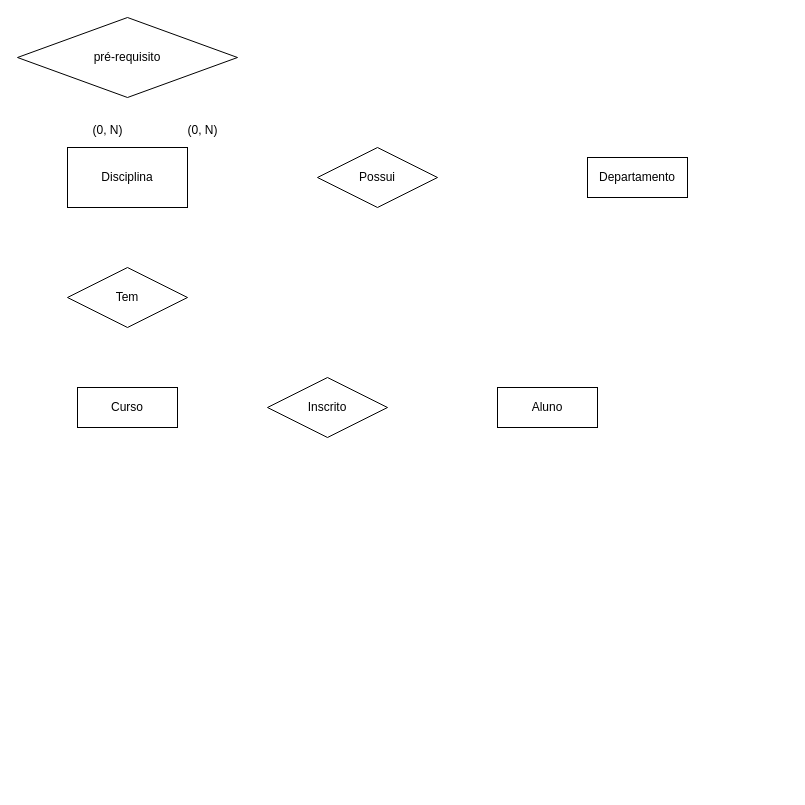
mblithium/draw.io-diagrams keeps this draw.io diagram as prova1-EstruturaModelagemDados.drawio. Above is the earlier version. Source tidied: cells renumbered, new cells numbered last; positions are measured from the earlier drawing's top-left corner, leaving out a move shared by most shapes. Both pictures are drawn from the tidied source at 100%, with x=0, y=0 at pixel (17, 17).
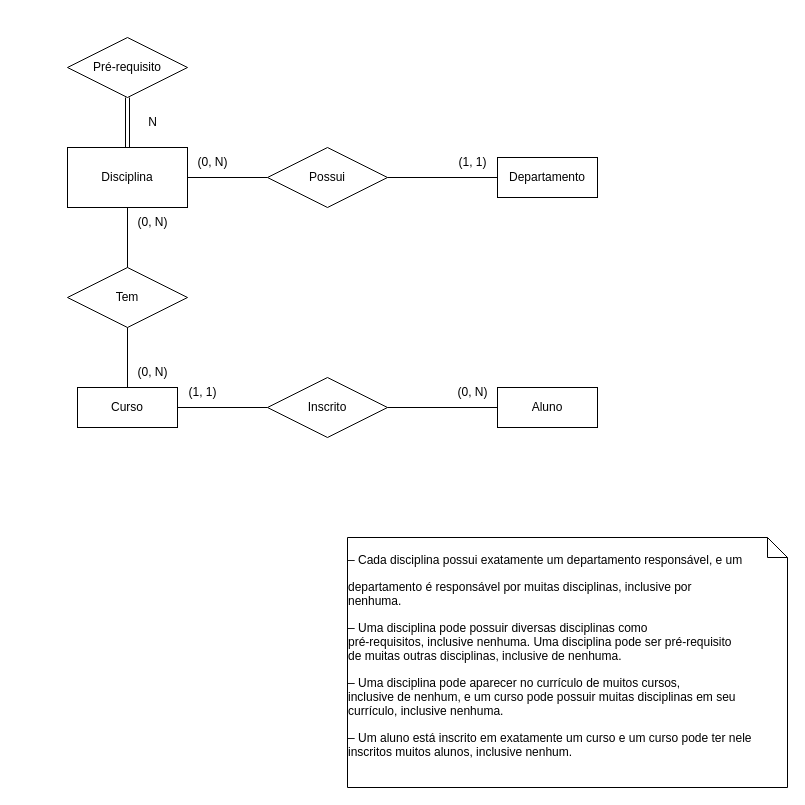
The same page after the edit.

Unchanged cells that the change refers to:
```xml
<mxCell id="3" value="Disciplina" style="rounded=0;whiteSpace=wrap;html=1;" parent="1" vertex="1">
  <mxGeometry x="50" y="130" width="120" height="60" as="geometry" />
</mxCell>
<mxCell id="4" value="Tem" style="shape=rhombus;perimeter=rhombusPerimeter;whiteSpace=wrap;html=1;align=center;" parent="1" vertex="1">
  <mxGeometry x="50" y="250" width="120" height="60" as="geometry" />
</mxCell>
<mxCell id="5" value="Curso" style="whiteSpace=wrap;html=1;align=center;" parent="1" vertex="1">
  <mxGeometry x="60" y="370" width="100" height="40" as="geometry" />
</mxCell>
<mxCell id="6" value="Inscrito" style="shape=rhombus;perimeter=rhombusPerimeter;whiteSpace=wrap;html=1;align=center;" parent="1" vertex="1">
  <mxGeometry x="250" y="360" width="120" height="60" as="geometry" />
</mxCell>
<mxCell id="7" value="Aluno" style="whiteSpace=wrap;html=1;align=center;" parent="1" vertex="1">
  <mxGeometry x="480" y="370" width="100" height="40" as="geometry" />
</mxCell>
```

The edit, as a diff of the source:
```diff
@@
-    <mxCell id="2" value="pré-requisito" style="rhombus;whiteSpace=wrap;html=1;" parent="1" vertex="1">
-      <mxGeometry width="220" height="80" as="geometry" />
-    </mxCell>
@@
     <mxCell id="8" value="Possui" style="shape=rhombus;perimeter=rhombusPerimeter;whiteSpace=wrap;html=1;align=center;" parent="1" vertex="1">
-      <mxGeometry x="300" y="130" width="120" height="60" as="geometry" />
+      <mxGeometry x="250" y="130" width="120" height="60" as="geometry" />
     </mxCell>
     <mxCell id="9" value="Departamento" style="whiteSpace=wrap;html=1;align=center;" parent="1" vertex="1">
-      <mxGeometry x="570" y="140" width="100" height="40" as="geometry" />
+      <mxGeometry x="480" y="140" width="100" height="40" as="geometry" />
     </mxCell>
-    <mxCell id="10" value="(0, N)" style="text;html=1;align=center;verticalAlign=middle;strokeColor=none;fillColor=none;" parent="1" vertex="1">
-      <mxGeometry x="65" y="98" width="50" height="30" as="geometry" />
-    </mxCell>
-    <mxCell id="11" value="(0, N)" style="text;html=1;align=center;verticalAlign=middle;strokeColor=none;fillColor=none;" parent="1" vertex="1">
-      <mxGeometry x="160" y="98" width="50" height="30" as="geometry" />
+    <mxCell id="11" value="N" style="text;html=1;align=center;verticalAlign=middle;strokeColor=none;fillColor=none;" parent="1" vertex="1">
+      <mxGeometry x="120" y="90" width="30" height="30" as="geometry" />
     </mxCell>
+    <mxCell id="12" style="shape=link;html=1;rounded=0;exitX=0.5;exitY=1;exitDx=0;exitDy=0;entryX=0.5;entryY=0;entryDx=0;entryDy=0;" parent="1" edge="1" source="13" target="3">
+      <mxGeometry relative="1" as="geometry" />
+    </mxCell>
+    <mxCell id="13" value="Pré-requisito" style="shape=rhombus;perimeter=rhombusPerimeter;whiteSpace=wrap;html=1;align=center;" parent="1" vertex="1">
+      <mxGeometry x="50" y="20" width="120" height="60" as="geometry" />
+    </mxCell>
+    <mxCell id="14" style="endArrow=none;html=1;rounded=0;exitX=1;exitY=0.5;exitDx=0;exitDy=0;entryX=0;entryY=0.5;entryDx=0;entryDy=0;" parent="1" edge="1" source="3" target="8">
+      <mxGeometry relative="1" as="geometry" />
+    </mxCell>
+    <mxCell id="15" style="endArrow=none;html=1;rounded=0;exitX=1;exitY=0.5;exitDx=0;exitDy=0;entryX=0;entryY=0.5;entryDx=0;entryDy=0;" parent="1" edge="1" source="8" target="9">
+      <mxGeometry relative="1" as="geometry" />
+    </mxCell>
+    <mxCell id="16" style="endArrow=none;html=1;rounded=0;exitX=0.5;exitY=1;exitDx=0;exitDy=0;entryX=0.5;entryY=0;entryDx=0;entryDy=0;" parent="1" edge="1" source="3" target="4">
+      <mxGeometry relative="1" as="geometry" />
+    </mxCell>
+    <mxCell id="17" style="endArrow=none;html=1;rounded=0;exitX=0.5;exitY=1;exitDx=0;exitDy=0;entryX=0.5;entryY=0;entryDx=0;entryDy=0;" parent="1" edge="1" source="4" target="5">
+      <mxGeometry relative="1" as="geometry" />
+    </mxCell>
+    <mxCell id="18" style="endArrow=none;html=1;rounded=0;exitX=1;exitY=0.5;exitDx=0;exitDy=0;entryX=0;entryY=0.5;entryDx=0;entryDy=0;" parent="1" edge="1" source="5" target="6">
+      <mxGeometry relative="1" as="geometry" />
+    </mxCell>
+    <mxCell id="19" style="endArrow=none;html=1;rounded=0;exitX=1;exitY=0.5;exitDx=0;exitDy=0;entryX=0;entryY=0.5;entryDx=0;entryDy=0;" parent="1" edge="1" source="6" target="7">
+      <mxGeometry relative="1" as="geometry" />
+    </mxCell>
+    <mxCell id="20" value="(0, N)" style="text;html=1;align=center;verticalAlign=middle;strokeColor=none;fillColor=none;" parent="1" vertex="1">
+      <mxGeometry x="170" y="130" width="50" height="30" as="geometry" />
+    </mxCell>
+    <mxCell id="21" value="(1, 1)" style="text;html=1;align=center;verticalAlign=middle;strokeColor=none;fillColor=none;" parent="1" vertex="1">
+      <mxGeometry x="430" y="130" width="50" height="30" as="geometry" />
+    </mxCell>
+    <mxCell id="22" value="(0, N)" style="text;html=1;align=center;verticalAlign=middle;strokeColor=none;fillColor=none;" parent="1" vertex="1">
+      <mxGeometry x="110" y="190" width="50" height="30" as="geometry" />
+    </mxCell>
+    <mxCell id="23" value="(0, N)" style="text;html=1;align=center;verticalAlign=middle;strokeColor=none;fillColor=none;" parent="1" vertex="1">
+      <mxGeometry x="110" y="340" width="50" height="30" as="geometry" />
+    </mxCell>
+    <mxCell id="24" value="(1, 1)" style="text;html=1;align=center;verticalAlign=middle;strokeColor=none;fillColor=none;" parent="1" vertex="1">
+      <mxGeometry x="160" y="360" width="50" height="30" as="geometry" />
+    </mxCell>
+    <mxCell id="25" value="(0, N)" style="text;html=1;align=center;verticalAlign=middle;strokeColor=none;fillColor=none;" parent="1" vertex="1">
+      <mxGeometry x="430" y="360" width="50" height="30" as="geometry" />
+    </mxCell>
+    <mxCell id="26" value="&lt;div align=&quot;left&quot;&gt;– Cada disciplina possui exatamente um departamento responsável, e um&lt;/div&gt;&lt;div align=&quot;left&quot;&gt;&lt;p&gt; departamento é responsável por muitas disciplinas, inclusive por &lt;br&gt;nenhuma.&lt;/p&gt;&lt;p&gt;– Uma disciplina pode possuir diversas disciplinas como &lt;br&gt;pré-requisitos, inclusive nenhuma. Uma disciplina pode ser pré-requisito&lt;br&gt; de muitas outras disciplinas, inclusive de nenhuma.&lt;/p&gt;&lt;p&gt;– Uma disciplina pode aparecer no currículo de muitos cursos, &lt;br&gt;inclusive de nenhum, e um curso pode possuir muitas disciplinas em seu &lt;br&gt;currículo, inclusive nenhuma. &lt;br&gt;&lt;/p&gt;&lt;p&gt;– Um aluno está inscrito em exatamente um curso e um curso pode ter nele inscritos muitos alunos, inclusive nenhum.&lt;/p&gt;&lt;/div&gt;" style="shape=note;size=20;whiteSpace=wrap;html=1;" parent="1" vertex="1">
+      <mxGeometry x="330" y="520" width="440" height="250" as="geometry" />
+    </mxCell>
```
